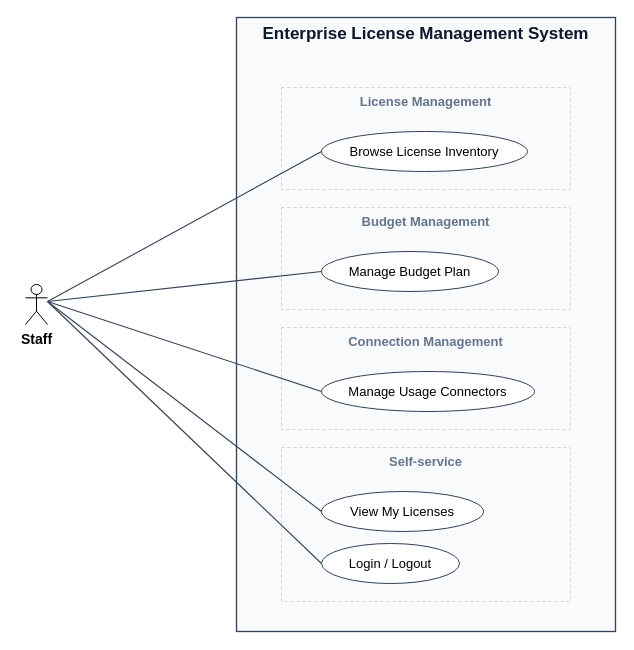
The draw.io diagram docs/diagrams/out/uc_staff.drawio in cuonglpv/VFast, before the edit. Source tidied: cells renumbered, new cells numbered last; positions are measured from the earlier drawing's top-left corner, leaving out a move shared by most shapes. Both pictures are drawn from the tidied source at 100%, with x=0, y=0 at pixel (25, 17).
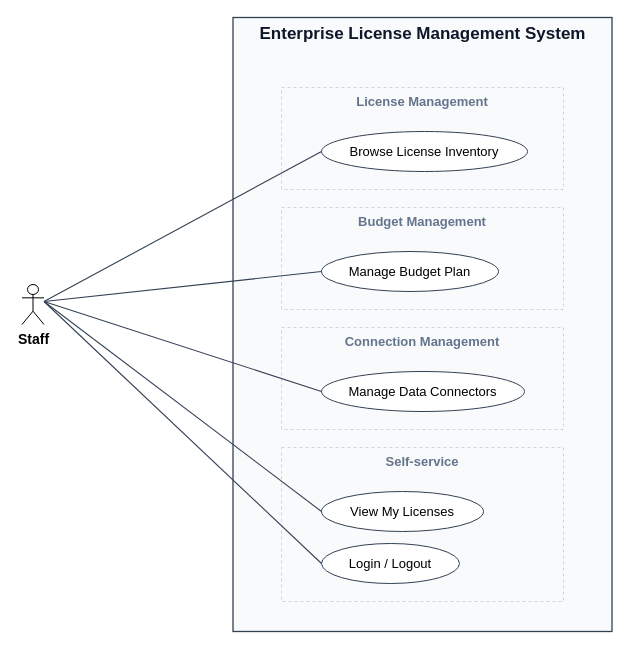
Above is the later version.

Diff of the diagram source:
```diff
@@
     <mxCell id="2" value="Enterprise License Management System" style="rounded=0;arcSize=0;absoluteArcSize=1;whiteSpace=wrap;html=1;fillColor=#F8FAFC;strokeColor=#334155;strokeWidth=1.3;fontSize=17;fontColor=#0f172a;align=center;verticalAlign=top;fontStyle=1;" parent="1" vertex="1">
-      <mxGeometry x="211" width="379" height="614" as="geometry" />
+      <mxGeometry x="207.5" width="379" height="614" as="geometry" />
     </mxCell>
     <mxCell id="3" value="License Management" style="rounded=0;arcSize=0;absoluteArcSize=1;whiteSpace=wrap;html=1;fillColor=#F8FAFC;strokeColor=#CBD5E1;strokeWidth=1;fontSize=13;fontColor=#64748B;align=center;verticalAlign=top;dashed=1;fontStyle=1;" parent="1" vertex="1">
-      <mxGeometry x="256" y="70" width="289" height="102" as="geometry" />
+      <mxGeometry x="256" y="70" width="282" height="102" as="geometry" />
     </mxCell>
@@
     <mxCell id="5" value="Budget Management" style="rounded=0;arcSize=0;absoluteArcSize=1;whiteSpace=wrap;html=1;fillColor=#F8FAFC;strokeColor=#CBD5E1;strokeWidth=1;fontSize=13;fontColor=#64748B;align=center;verticalAlign=top;dashed=1;fontStyle=1;" parent="1" vertex="1">
-      <mxGeometry x="256" y="190" width="289" height="102" as="geometry" />
+      <mxGeometry x="256" y="190" width="282" height="102" as="geometry" />
     </mxCell>
@@
     <mxCell id="7" value="Connection Management" style="rounded=0;arcSize=0;absoluteArcSize=1;whiteSpace=wrap;html=1;fillColor=#F8FAFC;strokeColor=#CBD5E1;strokeWidth=1;fontSize=13;fontColor=#64748B;align=center;verticalAlign=top;dashed=1;fontStyle=1;" parent="1" vertex="1">
-      <mxGeometry x="256" y="310" width="289" height="102" as="geometry" />
+      <mxGeometry x="256" y="310" width="282" height="102" as="geometry" />
     </mxCell>
-    <mxCell id="8" value="Manage Usage Connectors" style="ellipse;whiteSpace=wrap;html=1;fillColor=#ffffff;strokeColor=#334155;fontSize=13;fontColor=#000000;" parent="1" vertex="1">
-      <mxGeometry x="296" y="354" width="213" height="40" as="geometry" />
+    <mxCell id="8" value="Manage Data Connectors" style="ellipse;whiteSpace=wrap;html=1;fillColor=#ffffff;strokeColor=#334155;fontSize=13;fontColor=#000000;" parent="1" vertex="1">
+      <mxGeometry x="296" y="354" width="203" height="40" as="geometry" />
     </mxCell>
     <mxCell id="9" value="Self-service" style="rounded=0;arcSize=0;absoluteArcSize=1;whiteSpace=wrap;html=1;fillColor=#F8FAFC;strokeColor=#CBD5E1;strokeWidth=1;fontSize=13;fontColor=#64748B;align=center;verticalAlign=top;dashed=1;fontStyle=1;" parent="1" vertex="1">
-      <mxGeometry x="256" y="430" width="289" height="154" as="geometry" />
+      <mxGeometry x="256" y="430" width="282" height="154" as="geometry" />
     </mxCell>
@@
     <mxCell id="12" value="Staff" style="shape=umlActor;html=1;verticalLabelPosition=bottom;verticalAlign=top;labelPosition=center;align=center;fontSize=14;fontStyle=1;" parent="1" vertex="1">
-      <mxGeometry y="267" width="22" height="40" as="geometry" />
+      <mxGeometry x="-3.5" y="267" width="22" height="40" as="geometry" />
     </mxCell>
     <mxCell id="13" style="html=1;rounded=0;endArrow=none;endFill=0;startArrow=none;startFill=0;strokeColor=#334155;strokeWidth=1.1;" parent="1" edge="1">
       <mxGeometry relative="1" as="geometry">
-        <mxPoint x="22" y="284" as="sourcePoint" />
+        <mxPoint x="18.5" y="284" as="sourcePoint" />
         <mxPoint x="296" y="134" as="targetPoint" />
       </mxGeometry>
     </mxCell>
     <mxCell id="14" style="html=1;rounded=0;endArrow=none;endFill=0;startArrow=none;startFill=0;strokeColor=#334155;strokeWidth=1.1;" parent="1" edge="1">
       <mxGeometry relative="1" as="geometry">
-        <mxPoint x="22" y="284" as="sourcePoint" />
+        <mxPoint x="18.5" y="284" as="sourcePoint" />
         <mxPoint x="296" y="254" as="targetPoint" />
       </mxGeometry>
     </mxCell>
     <mxCell id="15" style="html=1;rounded=0;endArrow=none;endFill=0;startArrow=none;startFill=0;strokeColor=#334155;strokeWidth=1.1;" parent="1" edge="1">
       <mxGeometry relative="1" as="geometry">
-        <mxPoint x="22" y="284" as="sourcePoint" />
+        <mxPoint x="18.5" y="284" as="sourcePoint" />
         <mxPoint x="296" y="374" as="targetPoint" />
       </mxGeometry>
     </mxCell>
     <mxCell id="16" style="html=1;rounded=0;endArrow=none;endFill=0;startArrow=none;startFill=0;strokeColor=#334155;strokeWidth=1.1;" parent="1" edge="1">
       <mxGeometry relative="1" as="geometry">
-        <mxPoint x="22" y="284" as="sourcePoint" />
+        <mxPoint x="18.5" y="284" as="sourcePoint" />
         <mxPoint x="296" y="494" as="targetPoint" />
       </mxGeometry>
     </mxCell>
     <mxCell id="17" style="html=1;rounded=0;endArrow=none;endFill=0;startArrow=none;startFill=0;strokeColor=#334155;strokeWidth=1.1;" parent="1" edge="1">
       <mxGeometry relative="1" as="geometry">
-        <mxPoint x="22" y="284" as="sourcePoint" />
+        <mxPoint x="18.5" y="284" as="sourcePoint" />
         <mxPoint x="296" y="546" as="targetPoint" />
       </mxGeometry>
     </mxCell>
```
